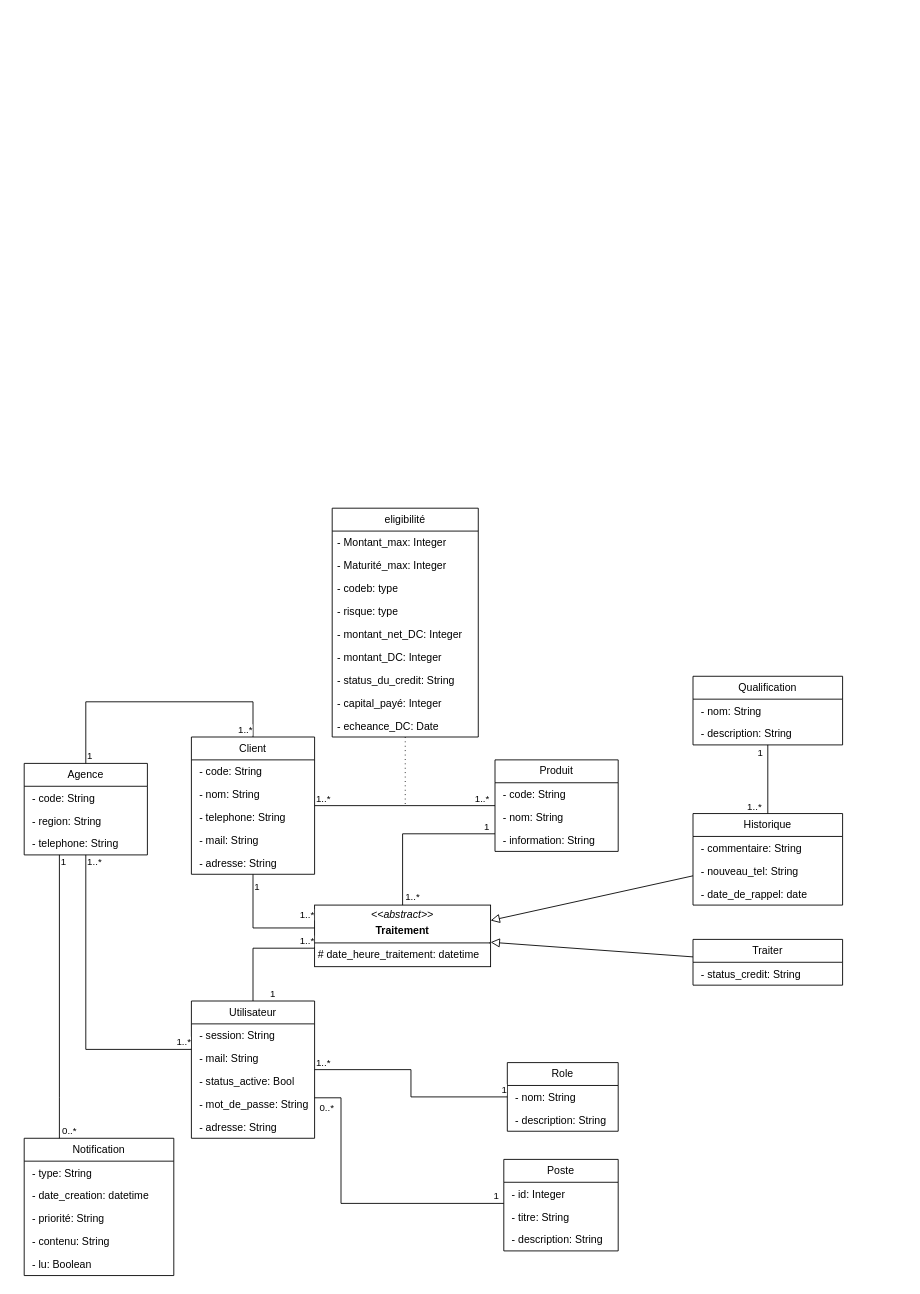
The draw.io diagram diagram.drawio in 34arsonEddy/ABM, before the edit. Source tidied: cells renumbered, new cells numbered last; positions are measured from the earlier drawing's top-left corner, leaving out a move shared by most shapes. Both pictures are drawn from the tidied source at 88%, with x=0, y=0 at pixel (24, 508).
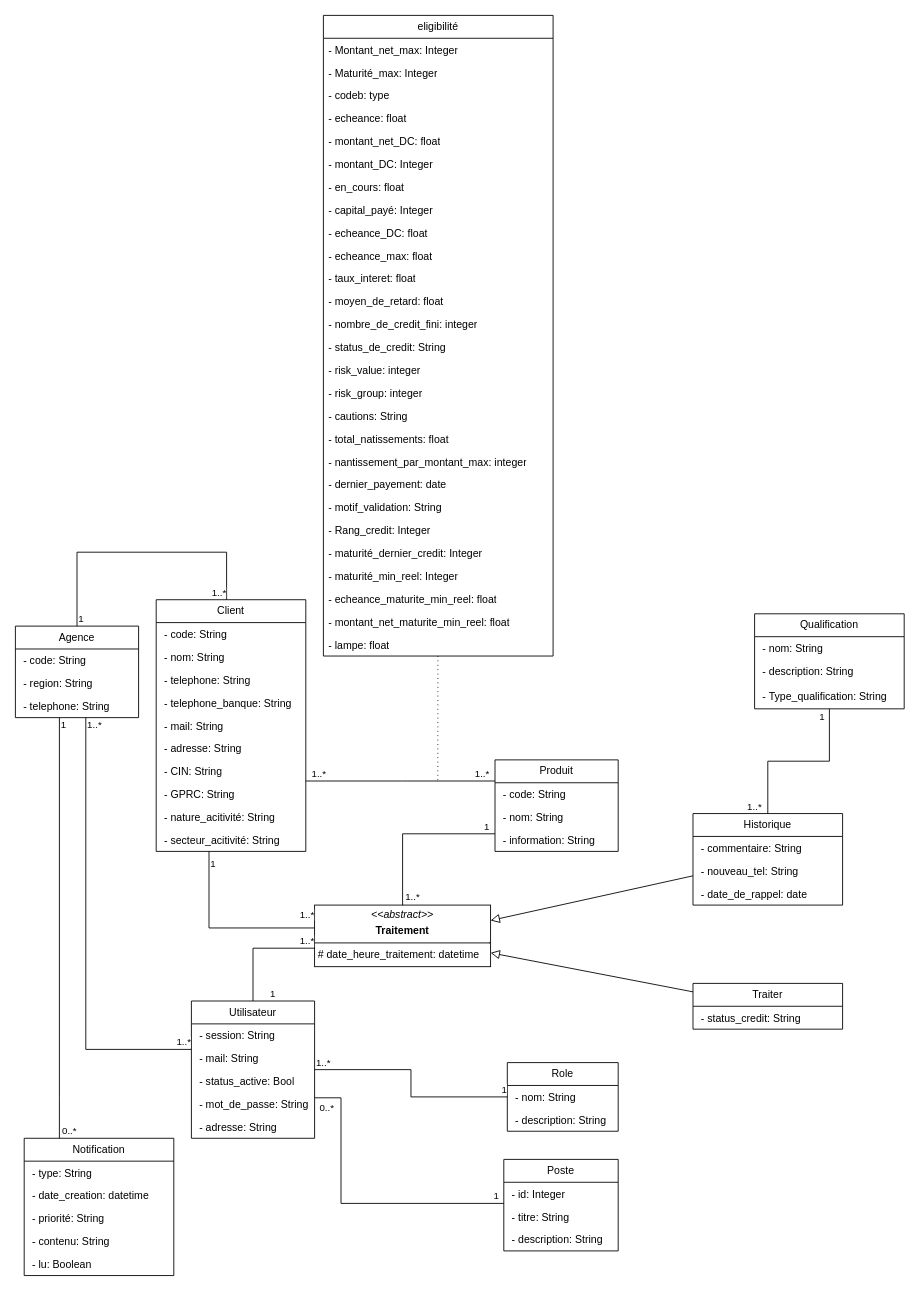
Above is the later version.

Commit message:
Mettre à jour diagram.drawio

Unchanged cells that the change refers to:
```xml
<mxCell id="8" value="Produit" style="swimlane;fontStyle=0;horizontal=1;startSize=26;fillColor=none;whiteSpace=wrap;html=1;" parent="1" vertex="1">
  <mxGeometry x="535" y="286" width="140" height="104" as="geometry" />
</mxCell>
<mxCell id="57" value="&lt;p style=&quot;margin:0px;margin-top:4px;text-align:center;&quot;&gt;&lt;i&gt;&amp;lt;&amp;lt;abstract&amp;gt;&amp;gt;&lt;/i&gt;&lt;b&gt;&lt;br&gt;&lt;/b&gt;&lt;/p&gt;&lt;p style=&quot;margin:0px;margin-top:4px;text-align:center;&quot;&gt;&lt;b&gt;Traitement&lt;/b&gt;&lt;br&gt;&lt;/p&gt;&lt;hr size=&quot;1&quot; style=&quot;border-style:solid;&quot;&gt;&lt;p style=&quot;margin:0px;margin-left:4px;&quot;&gt;# date_heure_traitement: datetime&lt;br&gt;&lt;/p&gt;" style="verticalAlign=top;align=left;overflow=fill;html=1;whiteSpace=wrap;" parent="1" vertex="1">
  <mxGeometry x="330" y="451" width="200" height="70" as="geometry" />
</mxCell>
```

The edit, as a diff of the source:
```diff
@@
     <mxCell id="2" value="Client" style="swimlane;fontStyle=0;horizontal=1;startSize=26;fillColor=none;whiteSpace=wrap;html=1;" parent="1" vertex="1">
-      <mxGeometry x="190" y="260" width="140" height="156" as="geometry" />
+      <mxGeometry x="150" y="104" width="170" height="286" as="geometry" />
     </mxCell>
     <mxCell id="3" value="&amp;nbsp;- code: String" style="text;strokeColor=none;fillColor=none;align=left;verticalAlign=top;spacingLeft=4;spacingRight=4;overflow=hidden;whiteSpace=wrap;html=1;" parent="2" vertex="1">
-      <mxGeometry y="26" width="140" height="26" as="geometry" />
+      <mxGeometry y="26" width="170" height="26" as="geometry" />
     </mxCell>
     <mxCell id="4" value="&amp;nbsp;- nom: String" style="text;strokeColor=none;fillColor=none;align=left;verticalAlign=top;spacingLeft=4;spacingRight=4;overflow=hidden;whiteSpace=wrap;html=1;" parent="2" vertex="1">
-      <mxGeometry y="52" width="140" height="26" as="geometry" />
+      <mxGeometry y="52" width="170" height="26" as="geometry" />
     </mxCell>
     <mxCell id="5" value="&amp;nbsp;- telephone: String" style="text;strokeColor=none;fillColor=none;align=left;verticalAlign=top;spacingLeft=4;spacingRight=4;overflow=hidden;whiteSpace=wrap;html=1;" parent="2" vertex="1">
-      <mxGeometry y="78" width="140" height="26" as="geometry" />
+      <mxGeometry y="78" width="170" height="26" as="geometry" />
     </mxCell>
+    <mxCell id="90" value="&amp;nbsp;- telephone_banque: String" style="text;strokeColor=none;fillColor=none;align=left;verticalAlign=top;spacingLeft=4;spacingRight=4;overflow=hidden;whiteSpace=wrap;html=1;" parent="2" vertex="1">
+      <mxGeometry y="104" width="170" height="26" as="geometry" />
+    </mxCell>
     <mxCell id="6" value="&amp;nbsp;- mail: String" style="text;strokeColor=none;fillColor=none;align=left;verticalAlign=top;spacingLeft=4;spacingRight=4;overflow=hidden;whiteSpace=wrap;html=1;" parent="2" vertex="1">
-      <mxGeometry y="104" width="140" height="26" as="geometry" />
+      <mxGeometry y="130" width="170" height="26" as="geometry" />
     </mxCell>
     <mxCell id="7" value="&amp;nbsp;- adresse: String" style="text;strokeColor=none;fillColor=none;align=left;verticalAlign=top;spacingLeft=4;spacingRight=4;overflow=hidden;whiteSpace=wrap;html=1;" parent="2" vertex="1">
-      <mxGeometry y="130" width="140" height="26" as="geometry" />
+      <mxGeometry y="156" width="170" height="26" as="geometry" />
     </mxCell>
+    <mxCell id="91" value="&amp;nbsp;- CIN: String" style="text;strokeColor=none;fillColor=none;align=left;verticalAlign=top;spacingLeft=4;spacingRight=4;overflow=hidden;whiteSpace=wrap;html=1;" parent="2" vertex="1">
+      <mxGeometry y="182" width="170" height="26" as="geometry" />
+    </mxCell>
+    <mxCell id="92" value="&amp;nbsp;- GPRC: String" style="text;strokeColor=none;fillColor=none;align=left;verticalAlign=top;spacingLeft=4;spacingRight=4;overflow=hidden;whiteSpace=wrap;html=1;" parent="2" vertex="1">
+      <mxGeometry y="208" width="170" height="26" as="geometry" />
+    </mxCell>
+    <mxCell id="93" value="&amp;nbsp;- nature_acitivité: String" style="text;strokeColor=none;fillColor=none;align=left;verticalAlign=top;spacingLeft=4;spacingRight=4;overflow=hidden;whiteSpace=wrap;html=1;" parent="2" vertex="1">
+      <mxGeometry y="234" width="170" height="26" as="geometry" />
+    </mxCell>
+    <mxCell id="94" value="&amp;nbsp;- secteur_acitivité: String" style="text;strokeColor=none;fillColor=none;align=left;verticalAlign=top;spacingLeft=4;spacingRight=4;overflow=hidden;whiteSpace=wrap;html=1;" parent="2" vertex="1">
+      <mxGeometry y="260" width="170" height="26" as="geometry" />
+    </mxCell>
@@
     <mxCell id="12" value="Agence" style="swimlane;fontStyle=0;horizontal=1;startSize=26;fillColor=none;whiteSpace=wrap;html=1;" parent="1" vertex="1">
-      <mxGeometry y="290" width="140" height="104" as="geometry" />
+      <mxGeometry x="-10" y="134" width="140" height="104" as="geometry" />
     </mxCell>
@@
     <mxCell id="29" style="endArrow=none;html=1;edgeStyle=orthogonalEdgeStyle;rounded=0;" parent="1" edge="1" source="12" target="2">
       <mxGeometry relative="1" as="geometry">
         <Array as="points">
-          <mxPoint x="70" y="220" />
-          <mxPoint x="260" y="220" />
+          <mxPoint x="60" y="50" />
+          <mxPoint x="230" y="50" />
         </Array>
       </mxGeometry>
     </mxCell>
@@
     <mxCell id="41" style="endArrow=none;html=1;edgeStyle=orthogonalEdgeStyle;rounded=0;" parent="1" edge="1" source="2" target="8">
-      <mxGeometry relative="1" as="geometry" />
+      <mxGeometry relative="1" as="geometry">
+        <Array as="points">
+          <mxPoint x="430" y="310" />
+          <mxPoint x="430" y="310" />
+        </Array>
+      </mxGeometry>
     </mxCell>
     <mxCell id="42" value="1..*" style="edgeLabel;html=1;align=left;verticalAlign=bottom;" parent="41" vertex="1">
-      <mxGeometry x="-1" relative="1" as="geometry" />
+      <mxGeometry x="-1" relative="1" as="geometry">
+        <mxPoint x="5" as="offset" />
+      </mxGeometry>
     </mxCell>
@@
     <mxCell id="44" value="eligibilité" style="swimlane;fontStyle=0;horizontal=1;startSize=26;fillColor=none;whiteSpace=wrap;html=1;" parent="1" vertex="1">
-      <mxGeometry x="350" width="166" height="260" as="geometry" />
+      <mxGeometry x="340" y="-560" width="261" height="728" as="geometry" />
     </mxCell>
-    <mxCell id="45" value="- Montant_max: Integer" style="text;strokeColor=none;fillColor=none;align=left;verticalAlign=top;spacingLeft=4;spacingRight=4;overflow=hidden;whiteSpace=wrap;html=1;" parent="44" vertex="1">
-      <mxGeometry y="26" width="166" height="26" as="geometry" />
+    <mxCell id="45" value="- Montant_net_max: Integer" style="text;strokeColor=none;fillColor=none;align=left;verticalAlign=top;spacingLeft=4;spacingRight=4;overflow=hidden;whiteSpace=wrap;html=1;" parent="44" vertex="1">
+      <mxGeometry y="26" width="261" height="26" as="geometry" />
     </mxCell>
     <mxCell id="46" value="- Maturité_max: Integer" style="text;strokeColor=none;fillColor=none;align=left;verticalAlign=top;spacingLeft=4;spacingRight=4;overflow=hidden;whiteSpace=wrap;html=1;" parent="44" vertex="1">
-      <mxGeometry y="52" width="166" height="26" as="geometry" />
+      <mxGeometry y="52" width="261" height="26" as="geometry" />
     </mxCell>
     <mxCell id="47" value="- codeb: type" style="text;strokeColor=none;fillColor=none;align=left;verticalAlign=top;spacingLeft=4;spacingRight=4;overflow=hidden;whiteSpace=wrap;html=1;" parent="44" vertex="1">
-      <mxGeometry y="78" width="166" height="26" as="geometry" />
+      <mxGeometry y="78" width="261" height="26" as="geometry" />
     </mxCell>
-    <mxCell id="48" value="- risque: type" style="text;strokeColor=none;fillColor=none;align=left;verticalAlign=top;spacingLeft=4;spacingRight=4;overflow=hidden;whiteSpace=wrap;html=1;" parent="44" vertex="1">
-      <mxGeometry y="104" width="166" height="26" as="geometry" />
-    </mxCell>
+    <mxCell id="95" value="- echeance: float" style="text;strokeColor=none;fillColor=none;align=left;verticalAlign=top;spacingLeft=4;spacingRight=4;overflow=hidden;whiteSpace=wrap;html=1;" parent="44" vertex="1">
+      <mxGeometry y="104" width="261" height="26" as="geometry" />
+    </mxCell>
-    <mxCell id="49" value="- montant_net_DC: Integer" style="text;strokeColor=none;fillColor=none;align=left;verticalAlign=top;spacingLeft=4;spacingRight=4;overflow=hidden;whiteSpace=wrap;html=1;" parent="44" vertex="1">
-      <mxGeometry y="130" width="166" height="26" as="geometry" />
+    <mxCell id="49" value="- montant_net_DC: float" style="text;strokeColor=none;fillColor=none;align=left;verticalAlign=top;spacingLeft=4;spacingRight=4;overflow=hidden;whiteSpace=wrap;html=1;" parent="44" vertex="1">
+      <mxGeometry y="130" width="261" height="26" as="geometry" />
     </mxCell>
     <mxCell id="50" value="- montant_DC: Integer" style="text;strokeColor=none;fillColor=none;align=left;verticalAlign=top;spacingLeft=4;spacingRight=4;overflow=hidden;whiteSpace=wrap;html=1;" parent="44" vertex="1">
-      <mxGeometry y="156" width="166" height="26" as="geometry" />
+      <mxGeometry y="156" width="261" height="26" as="geometry" />
     </mxCell>
-    <mxCell id="51" value="- status_du_credit: String" style="text;strokeColor=none;fillColor=none;align=left;verticalAlign=top;spacingLeft=4;spacingRight=4;overflow=hidden;whiteSpace=wrap;html=1;" parent="44" vertex="1">
-      <mxGeometry y="182" width="166" height="26" as="geometry" />
+    <mxCell id="51" value="- en_cours: float" style="text;strokeColor=none;fillColor=none;align=left;verticalAlign=top;spacingLeft=4;spacingRight=4;overflow=hidden;whiteSpace=wrap;html=1;" parent="44" vertex="1">
+      <mxGeometry y="182" width="261" height="26" as="geometry" />
     </mxCell>
     <mxCell id="52" value="- capital_payé: Integer" style="text;strokeColor=none;fillColor=none;align=left;verticalAlign=top;spacingLeft=4;spacingRight=4;overflow=hidden;whiteSpace=wrap;html=1;" parent="44" vertex="1">
-      <mxGeometry y="208" width="166" height="26" as="geometry" />
+      <mxGeometry y="208" width="261" height="26" as="geometry" />
     </mxCell>
-    <mxCell id="53" value="- echeance_DC: Date" style="text;strokeColor=none;fillColor=none;align=left;verticalAlign=top;spacingLeft=4;spacingRight=4;overflow=hidden;whiteSpace=wrap;html=1;" parent="44" vertex="1">
-      <mxGeometry y="234" width="166" height="26" as="geometry" />
+    <mxCell id="53" value="- echeance_DC: float" style="text;strokeColor=none;fillColor=none;align=left;verticalAlign=top;spacingLeft=4;spacingRight=4;overflow=hidden;whiteSpace=wrap;html=1;" parent="44" vertex="1">
+      <mxGeometry y="234" width="261" height="26" as="geometry" />
     </mxCell>
+    <mxCell id="96" value="- echeance_max: float" style="text;strokeColor=none;fillColor=none;align=left;verticalAlign=top;spacingLeft=4;spacingRight=4;overflow=hidden;whiteSpace=wrap;html=1;" parent="44" vertex="1">
+      <mxGeometry y="260" width="261" height="26" as="geometry" />
+    </mxCell>
+    <mxCell id="97" value="- taux_interet: float" style="text;strokeColor=none;fillColor=none;align=left;verticalAlign=top;spacingLeft=4;spacingRight=4;overflow=hidden;whiteSpace=wrap;html=1;" parent="44" vertex="1">
+      <mxGeometry y="286" width="261" height="26" as="geometry" />
+    </mxCell>
+    <mxCell id="98" value="- moyen_de_retard: float" style="text;strokeColor=none;fillColor=none;align=left;verticalAlign=top;spacingLeft=4;spacingRight=4;overflow=hidden;whiteSpace=wrap;html=1;" parent="44" vertex="1">
+      <mxGeometry y="312" width="261" height="26" as="geometry" />
+    </mxCell>
+    <mxCell id="99" value="- nombre_de_credit_fini: integer" style="text;strokeColor=none;fillColor=none;align=left;verticalAlign=top;spacingLeft=4;spacingRight=4;overflow=hidden;whiteSpace=wrap;html=1;" parent="44" vertex="1">
+      <mxGeometry y="338" width="261" height="26" as="geometry" />
+    </mxCell>
+    <mxCell id="100" value="- status_de_credit: String" style="text;strokeColor=none;fillColor=none;align=left;verticalAlign=top;spacingLeft=4;spacingRight=4;overflow=hidden;whiteSpace=wrap;html=1;" parent="44" vertex="1">
+      <mxGeometry y="364" width="261" height="26" as="geometry" />
+    </mxCell>
+    <mxCell id="48" value="- risk_value: integer" style="text;strokeColor=none;fillColor=none;align=left;verticalAlign=top;spacingLeft=4;spacingRight=4;overflow=hidden;whiteSpace=wrap;html=1;" parent="44" vertex="1">
+      <mxGeometry y="390" width="261" height="26" as="geometry" />
+    </mxCell>
+    <mxCell id="101" value="- risk_group: integer" style="text;strokeColor=none;fillColor=none;align=left;verticalAlign=top;spacingLeft=4;spacingRight=4;overflow=hidden;whiteSpace=wrap;html=1;" parent="44" vertex="1">
+      <mxGeometry y="416" width="261" height="26" as="geometry" />
+    </mxCell>
+    <mxCell id="102" value="- cautions: String" style="text;strokeColor=none;fillColor=none;align=left;verticalAlign=top;spacingLeft=4;spacingRight=4;overflow=hidden;whiteSpace=wrap;html=1;" parent="44" vertex="1">
+      <mxGeometry y="442" width="261" height="26" as="geometry" />
+    </mxCell>
+    <mxCell id="103" value="- total_natissements: float" style="text;strokeColor=none;fillColor=none;align=left;verticalAlign=top;spacingLeft=4;spacingRight=4;overflow=hidden;whiteSpace=wrap;html=1;" parent="44" vertex="1">
+      <mxGeometry y="468" width="261" height="26" as="geometry" />
+    </mxCell>
+    <mxCell id="104" value="- nantissement_par_montant_max: integer" style="text;strokeColor=none;fillColor=none;align=left;verticalAlign=top;spacingLeft=4;spacingRight=4;overflow=hidden;whiteSpace=wrap;html=1;" parent="44" vertex="1">
+      <mxGeometry y="494" width="261" height="26" as="geometry" />
+    </mxCell>
+    <mxCell id="105" value="- dernier_payement: date" style="text;strokeColor=none;fillColor=none;align=left;verticalAlign=top;spacingLeft=4;spacingRight=4;overflow=hidden;whiteSpace=wrap;html=1;" parent="44" vertex="1">
+      <mxGeometry y="520" width="261" height="26" as="geometry" />
+    </mxCell>
+    <mxCell id="106" value="- motif_validation: String" style="text;strokeColor=none;fillColor=none;align=left;verticalAlign=top;spacingLeft=4;spacingRight=4;overflow=hidden;whiteSpace=wrap;html=1;" parent="44" vertex="1">
+      <mxGeometry y="546" width="261" height="26" as="geometry" />
+    </mxCell>
+    <mxCell id="107" value="- Rang_credit: Integer" style="text;strokeColor=none;fillColor=none;align=left;verticalAlign=top;spacingLeft=4;spacingRight=4;overflow=hidden;whiteSpace=wrap;html=1;" parent="44" vertex="1">
+      <mxGeometry y="572" width="261" height="26" as="geometry" />
+    </mxCell>
+    <mxCell id="108" value="- maturité_dernier_credit: Integer" style="text;strokeColor=none;fillColor=none;align=left;verticalAlign=top;spacingLeft=4;spacingRight=4;overflow=hidden;whiteSpace=wrap;html=1;" parent="44" vertex="1">
+      <mxGeometry y="598" width="261" height="26" as="geometry" />
+    </mxCell>
+    <mxCell id="109" value="- maturité_min_reel: Integer" style="text;strokeColor=none;fillColor=none;align=left;verticalAlign=top;spacingLeft=4;spacingRight=4;overflow=hidden;whiteSpace=wrap;html=1;" parent="44" vertex="1">
+      <mxGeometry y="624" width="261" height="26" as="geometry" />
+    </mxCell>
+    <mxCell id="110" value="- echeance_maturite_min_reel: float" style="text;strokeColor=none;fillColor=none;align=left;verticalAlign=top;spacingLeft=4;spacingRight=4;overflow=hidden;whiteSpace=wrap;html=1;" parent="44" vertex="1">
+      <mxGeometry y="650" width="261" height="26" as="geometry" />
+    </mxCell>
+    <mxCell id="111" value="- montant_net_maturite_min_reel: float" style="text;strokeColor=none;fillColor=none;align=left;verticalAlign=top;spacingLeft=4;spacingRight=4;overflow=hidden;whiteSpace=wrap;html=1;" parent="44" vertex="1">
+      <mxGeometry y="676" width="261" height="26" as="geometry" />
+    </mxCell>
+    <mxCell id="112" value="- lampe: float" style="text;strokeColor=none;fillColor=none;align=left;verticalAlign=top;spacingLeft=4;spacingRight=4;overflow=hidden;whiteSpace=wrap;html=1;" parent="44" vertex="1">
+      <mxGeometry y="702" width="261" height="26" as="geometry" />
+    </mxCell>
     <mxCell id="54" style="endArrow=none;dashed=1;html=1;dashPattern=1 4;strokeWidth=1;rounded=0;jumpSize=2;endSize=2;startSize=5;" parent="1" edge="1" source="44">
       <mxGeometry relative="1" as="geometry">
-        <mxPoint x="433" y="340" as="targetPoint" />
+        <mxPoint x="470" y="310" as="targetPoint" />
       </mxGeometry>
     </mxCell>
@@
-    <mxCell id="66" value="Traiter" style="swimlane;fontStyle=0;horizontal=1;startSize=26;fillColor=none;whiteSpace=wrap;html=1;" parent="1" vertex="1">
-      <mxGeometry x="760" y="490" width="170" height="52" as="geometry" />
+    <mxCell id="66" value="Traiter" style="swimlane;fontStyle=0;horizontal=1;startSize=26;fillColor=none;whiteSpace=wrap;html=1;shadow=0;" parent="1" vertex="1">
+      <mxGeometry x="760" y="540" width="170" height="52" as="geometry" />
     </mxCell>
@@
     <mxCell id="68" value="Qualification" style="swimlane;fontStyle=0;horizontal=1;startSize=26;fillColor=none;whiteSpace=wrap;html=1;" parent="1" vertex="1">
-      <mxGeometry x="760" y="191" width="170" height="78" as="geometry" />
+      <mxGeometry x="830" y="120" width="170" height="108" as="geometry" />
     </mxCell>
@@
     <mxCell id="70" value="&amp;nbsp;- description: String" style="text;strokeColor=none;fillColor=none;align=left;verticalAlign=top;spacingLeft=4;spacingRight=4;overflow=hidden;whiteSpace=wrap;html=1;" parent="68" vertex="1">
-      <mxGeometry y="52" width="170" height="26" as="geometry" />
+      <mxGeometry y="52" width="170" height="28" as="geometry" />
     </mxCell>
+    <mxCell id="113" value="&amp;nbsp;- Type_qualification: String" style="text;strokeColor=none;fillColor=none;align=left;verticalAlign=top;spacingLeft=4;spacingRight=4;overflow=hidden;whiteSpace=wrap;html=1;" parent="68" vertex="1">
+      <mxGeometry y="80" width="170" height="28" as="geometry" />
+    </mxCell>
@@
     <mxCell id="74" style="endArrow=none;html=1;edgeStyle=orthogonalEdgeStyle;rounded=0;" parent="1" edge="1" source="2" target="57">
       <mxGeometry relative="1" as="geometry">
         <Array as="points">
-          <mxPoint x="260" y="477" />
+          <mxPoint x="210" y="477" />
         </Array>
       </mxGeometry>
     </mxCell>
```
